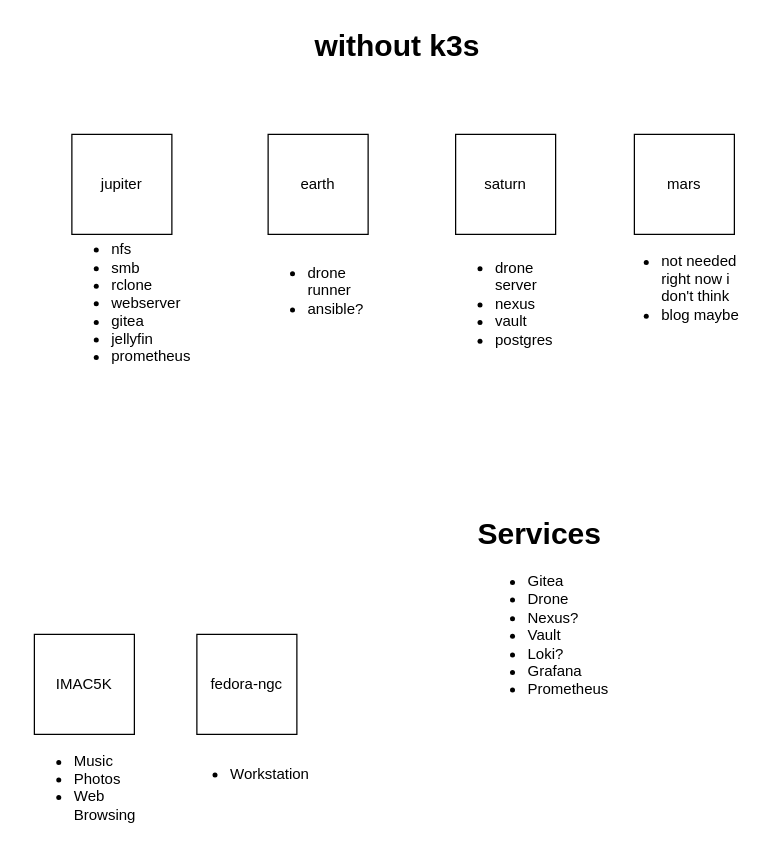
The draw.io diagram page "Page-2" (2 of 2) of homelab-services.drawio in james-mcallister/diagrams, before the edit. Source tidied: cells renumbered, new cells numbered last; positions are measured from the earlier drawing's top-left corner, leaving out a move shared by most shapes. Both pictures are drawn from the tidied source at 125%, with x=0, y=0 at pixel (21, 21).
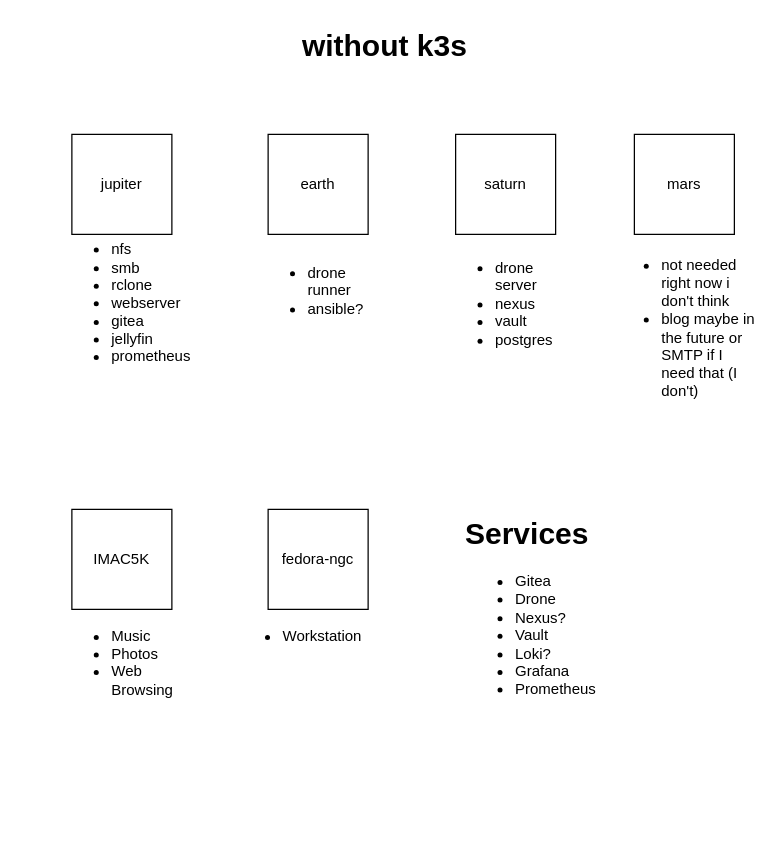
After the change.

The edit, as a diff of the source:
```diff
@@
 <mxGraphModel>
   <root>
     <mxCell id="0" />
     <mxCell id="1" parent="0" />
     <mxCell id="2" value="mars" style="whiteSpace=wrap;html=1;" parent="1" vertex="1">
       <mxGeometry x="490" y="90" width="80" height="80" as="geometry" />
     </mxCell>
     <mxCell id="3" value="IMAC5K" style="whiteSpace=wrap;html=1;" parent="1" vertex="1">
-      <mxGeometry x="10" y="490" width="80" height="80" as="geometry" />
+      <mxGeometry x="40" y="390" width="80" height="80" as="geometry" />
     </mxCell>
     <mxCell id="4" value="fedora-ngc" style="whiteSpace=wrap;html=1;" parent="1" vertex="1">
-      <mxGeometry x="140" y="490" width="80" height="80" as="geometry" />
+      <mxGeometry x="197" y="390" width="80" height="80" as="geometry" />
     </mxCell>
     <mxCell id="5" value="jupiter" style="whiteSpace=wrap;html=1;" parent="1" vertex="1">
       <mxGeometry x="40" y="90" width="80" height="80" as="geometry" />
     </mxCell>
     <mxCell id="6" value="&lt;ul&gt;&lt;li&gt;Music&lt;/li&gt;&lt;li&gt;Photos&lt;/li&gt;&lt;li&gt;Web Browsing&lt;/li&gt;&lt;/ul&gt;" style="text;strokeColor=none;fillColor=none;html=1;whiteSpace=wrap;verticalAlign=middle;overflow=hidden;" parent="1" vertex="1">
-      <mxGeometry y="570" width="100" height="80" as="geometry" />
+      <mxGeometry x="30" y="470" width="100" height="80" as="geometry" />
     </mxCell>
     <mxCell id="7" value="&lt;ul&gt;&lt;li&gt;Workstation&lt;/li&gt;&lt;/ul&gt;" style="text;strokeColor=none;fillColor=none;html=1;whiteSpace=wrap;verticalAlign=middle;overflow=hidden;" parent="1" vertex="1">
-      <mxGeometry x="125" y="580" width="110" height="40" as="geometry" />
+      <mxGeometry x="167" y="470" width="110" height="40" as="geometry" />
     </mxCell>
-    <mxCell id="8" value="&lt;ul&gt;&lt;li&gt;not needed right now i don't think&lt;/li&gt;&lt;li&gt;blog maybe&lt;/li&gt;&lt;/ul&gt;" style="text;strokeColor=none;fillColor=none;html=1;whiteSpace=wrap;verticalAlign=middle;overflow=hidden;" parent="1" vertex="1">
-      <mxGeometry x="470" y="170" width="120" height="80" as="geometry" />
+    <mxCell id="8" value="&lt;ul&gt;&lt;li&gt;not needed right now i don't think&lt;/li&gt;&lt;li&gt;blog maybe in the future or SMTP if I need that (I don't)&lt;/li&gt;&lt;/ul&gt;" style="text;strokeColor=none;fillColor=none;html=1;whiteSpace=wrap;verticalAlign=middle;overflow=hidden;" parent="1" vertex="1">
+      <mxGeometry x="470" y="170" width="120" height="150" as="geometry" />
     </mxCell>
     <mxCell id="9" value="&lt;ul&gt;&lt;li&gt;nfs&lt;/li&gt;&lt;li&gt;smb&lt;/li&gt;&lt;li&gt;rclone&lt;/li&gt;&lt;li&gt;webserver&lt;/li&gt;&lt;li&gt;gitea&lt;/li&gt;&lt;li&gt;jellyfin&lt;/li&gt;&lt;li&gt;prometheus&lt;/li&gt;&lt;/ul&gt;" style="text;strokeColor=none;fillColor=none;html=1;whiteSpace=wrap;verticalAlign=middle;overflow=hidden;" parent="1" vertex="1">
       <mxGeometry x="30" y="160" width="120" height="130" as="geometry" />
     </mxCell>
     <mxCell id="10" value="earth" style="whiteSpace=wrap;html=1;" parent="1" vertex="1">
       <mxGeometry x="197" y="90" width="80" height="80" as="geometry" />
     </mxCell>
     <mxCell id="11" value="saturn" style="whiteSpace=wrap;html=1;" parent="1" vertex="1">
       <mxGeometry x="347" y="90" width="80" height="80" as="geometry" />
     </mxCell>
     <mxCell id="12" value="without k3s" style="text;strokeColor=none;fillColor=none;html=1;fontSize=24;fontStyle=1;verticalAlign=middle;align=center;" parent="1" vertex="1">
-      <mxGeometry x="250" width="100" height="40" as="geometry" />
+      <mxGeometry x="240" width="100" height="40" as="geometry" />
     </mxCell>
     <mxCell id="13" value="&lt;ul&gt;&lt;li&gt;drone runner&lt;/li&gt;&lt;li&gt;ansible?&lt;/li&gt;&lt;/ul&gt;" style="text;strokeColor=none;fillColor=none;html=1;whiteSpace=wrap;verticalAlign=middle;overflow=hidden;" parent="1" vertex="1">
       <mxGeometry x="187" y="150" width="100" height="130" as="geometry" />
     </mxCell>
     <mxCell id="14" value="&lt;ul&gt;&lt;li&gt;drone server&lt;/li&gt;&lt;li&gt;nexus&lt;/li&gt;&lt;li&gt;vault&lt;/li&gt;&lt;li&gt;postgres&lt;/li&gt;&lt;/ul&gt;" style="text;strokeColor=none;fillColor=none;html=1;whiteSpace=wrap;verticalAlign=middle;overflow=hidden;" parent="1" vertex="1">
       <mxGeometry x="337" y="175" width="100" height="95" as="geometry" />
     </mxCell>
     <mxCell id="15" value="&lt;h1&gt;Services&lt;/h1&gt;&lt;p&gt;&lt;/p&gt;&lt;ul&gt;&lt;li&gt;Gitea&lt;/li&gt;&lt;li&gt;Drone&lt;/li&gt;&lt;li&gt;Nexus?&lt;/li&gt;&lt;li&gt;Vault&lt;/li&gt;&lt;li&gt;Loki?&lt;/li&gt;&lt;li&gt;Grafana&lt;/li&gt;&lt;li&gt;Prometheus&lt;/li&gt;&lt;/ul&gt;&lt;p&gt;&lt;/p&gt;" style="text;html=1;strokeColor=none;fillColor=none;spacing=5;spacingTop=-20;whiteSpace=wrap;overflow=hidden;rounded=0;" parent="1" vertex="1">
-      <mxGeometry x="360" y="390" width="130" height="160" as="geometry" />
+      <mxGeometry x="350" y="390" width="130" height="160" as="geometry" />
     </mxCell>
   </root>
 </mxGraphModel>
```
